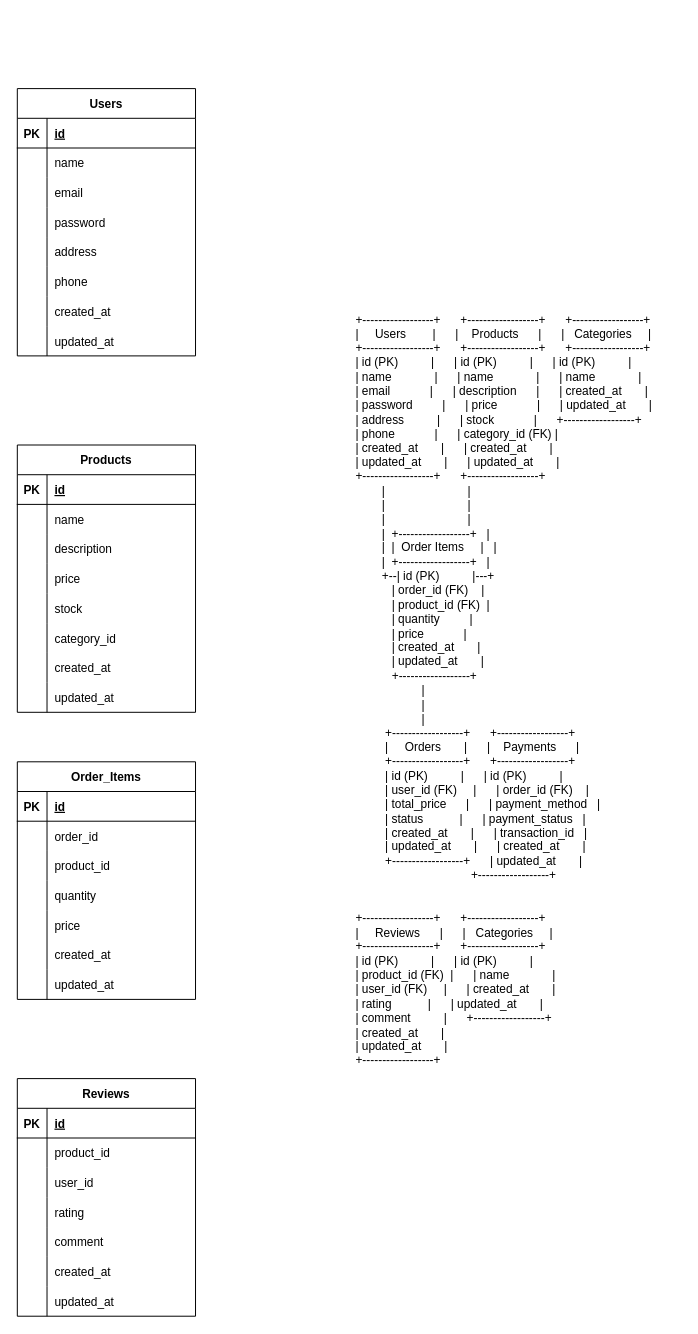
Above: architecture/db.drawio in ISAWASHUN/laravel-ec-site (draw.io), before the change. Source tidied: cells renumbered, new cells numbered last; positions are measured from the earlier drawing's top-left corner, leaving out a move shared by most shapes. Both pictures are drawn from the tidied source at 99%, with x=0, y=0 at pixel (17, 88).
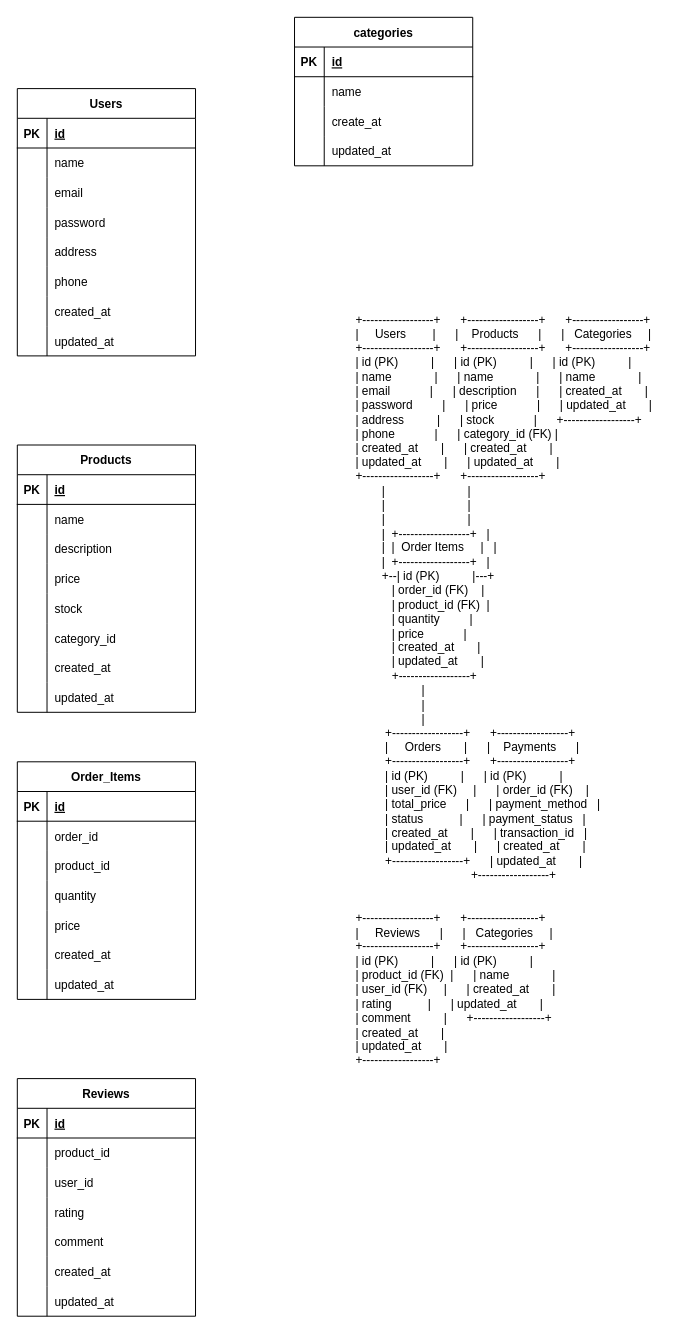
Above is the later version.

Commit message:
categoriesテーブルの作成

Diff of the diagram source:
```diff
@@
+    <mxCell id="97" value="categories" style="shape=table;startSize=30;childLayout=tableLayout;rowLines=0;fontStyle=1;align=center;" parent="1" vertex="1">
+      <mxGeometry x="280" y="-72" width="180" height="150" as="geometry" />
+    </mxCell>
+    <mxCell id="98" style="shape=tableRow;horizontal=0;startSize=0;swimlaneHead=0;swimlaneBody=0;fillColor=none;top=0;left=0;right=0;bottom=1;" parent="97" vertex="1">
+      <mxGeometry y="30" width="180" height="30" as="geometry" />
+    </mxCell>
+    <mxCell id="99" value="PK" style="shape=partialRectangle;fillColor=none;top=0;left=0;bottom=0;right=0;fontStyle=1;overflow=hidden;" parent="98" vertex="1">
+      <mxGeometry width="30" height="30" as="geometry" />
+    </mxCell>
+    <mxCell id="100" value="id" style="shape=partialRectangle;fillColor=none;top=0;left=0;bottom=0;right=0;align=left;spacingLeft=6;fontStyle=5;overflow=hidden;" parent="98" vertex="1">
+      <mxGeometry x="30" width="150" height="30" as="geometry" />
+    </mxCell>
+    <mxCell id="101" style="shape=tableRow;horizontal=0;startSize=0;swimlaneHead=0;swimlaneBody=0;fillColor=none;top=0;left=0;right=0;bottom=0;" parent="97" vertex="1">
+      <mxGeometry y="60" width="180" height="30" as="geometry" />
+    </mxCell>
+    <mxCell id="102" style="shape=partialRectangle;fillColor=none;top=0;left=0;bottom=0;right=0;overflow=hidden;" parent="101" vertex="1">
+      <mxGeometry width="30" height="30" as="geometry" />
+    </mxCell>
+    <mxCell id="103" value="name" style="shape=partialRectangle;fillColor=none;top=0;left=0;bottom=0;right=0;align=left;spacingLeft=6;overflow=hidden;" parent="101" vertex="1">
+      <mxGeometry x="30" width="150" height="30" as="geometry" />
+    </mxCell>
+    <mxCell id="104" style="shape=tableRow;horizontal=0;startSize=0;swimlaneHead=0;swimlaneBody=0;fillColor=none;top=0;left=0;right=0;bottom=0;" parent="97" vertex="1">
+      <mxGeometry y="90" width="180" height="30" as="geometry" />
+    </mxCell>
+    <mxCell id="105" style="shape=partialRectangle;fillColor=none;top=0;left=0;bottom=0;right=0;overflow=hidden;" parent="104" vertex="1">
+      <mxGeometry width="30" height="30" as="geometry" />
+    </mxCell>
+    <mxCell id="106" value="create_at" style="shape=partialRectangle;fillColor=none;top=0;left=0;bottom=0;right=0;align=left;spacingLeft=6;overflow=hidden;" parent="104" vertex="1">
+      <mxGeometry x="30" width="150" height="30" as="geometry" />
+    </mxCell>
+    <mxCell id="107" style="shape=tableRow;horizontal=0;startSize=0;swimlaneHead=0;swimlaneBody=0;fillColor=none;top=0;left=0;right=0;bottom=0;" parent="97" vertex="1">
+      <mxGeometry y="120" width="180" height="30" as="geometry" />
+    </mxCell>
+    <mxCell id="108" style="shape=partialRectangle;fillColor=none;top=0;left=0;bottom=0;right=0;overflow=hidden;" parent="107" vertex="1">
+      <mxGeometry width="30" height="30" as="geometry" />
+    </mxCell>
+    <mxCell id="109" value="updated_at" style="shape=partialRectangle;fillColor=none;top=0;left=0;bottom=0;right=0;align=left;spacingLeft=6;overflow=hidden;" parent="107" vertex="1">
+      <mxGeometry x="30" width="150" height="30" as="geometry" />
+    </mxCell>
```
